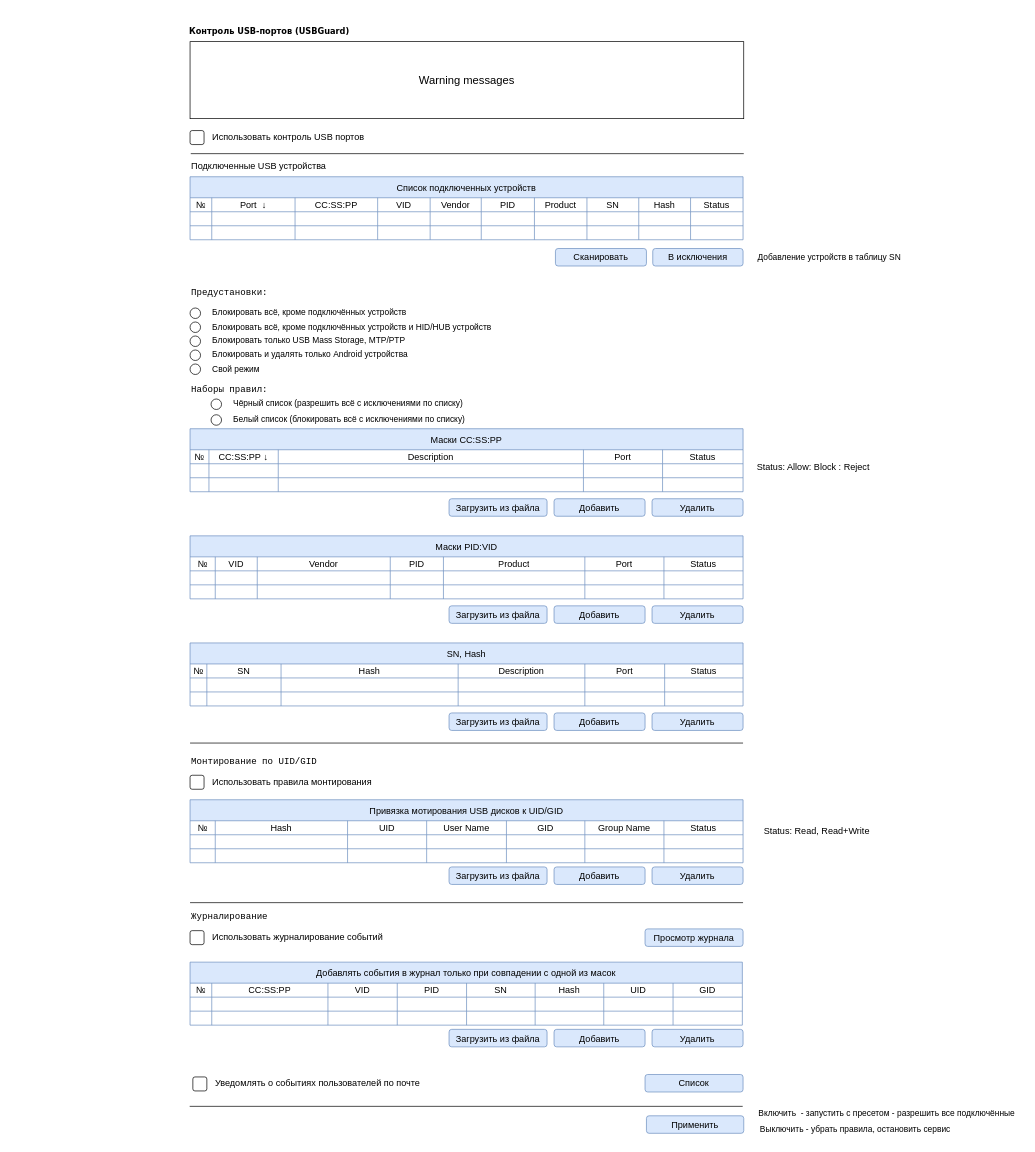
3036662/alterator-usbmount keeps this draw.io diagram as alterator_ui/UI.drawio. Above is the earlier version. Source tidied: cells renumbered, new cells numbered last; positions are measured from the earlier drawing's top-left corner, leaving out a move shared by most shapes. Both pictures are drawn from the tidied source at 70%, with x=0, y=0 at pixel (188, 12).
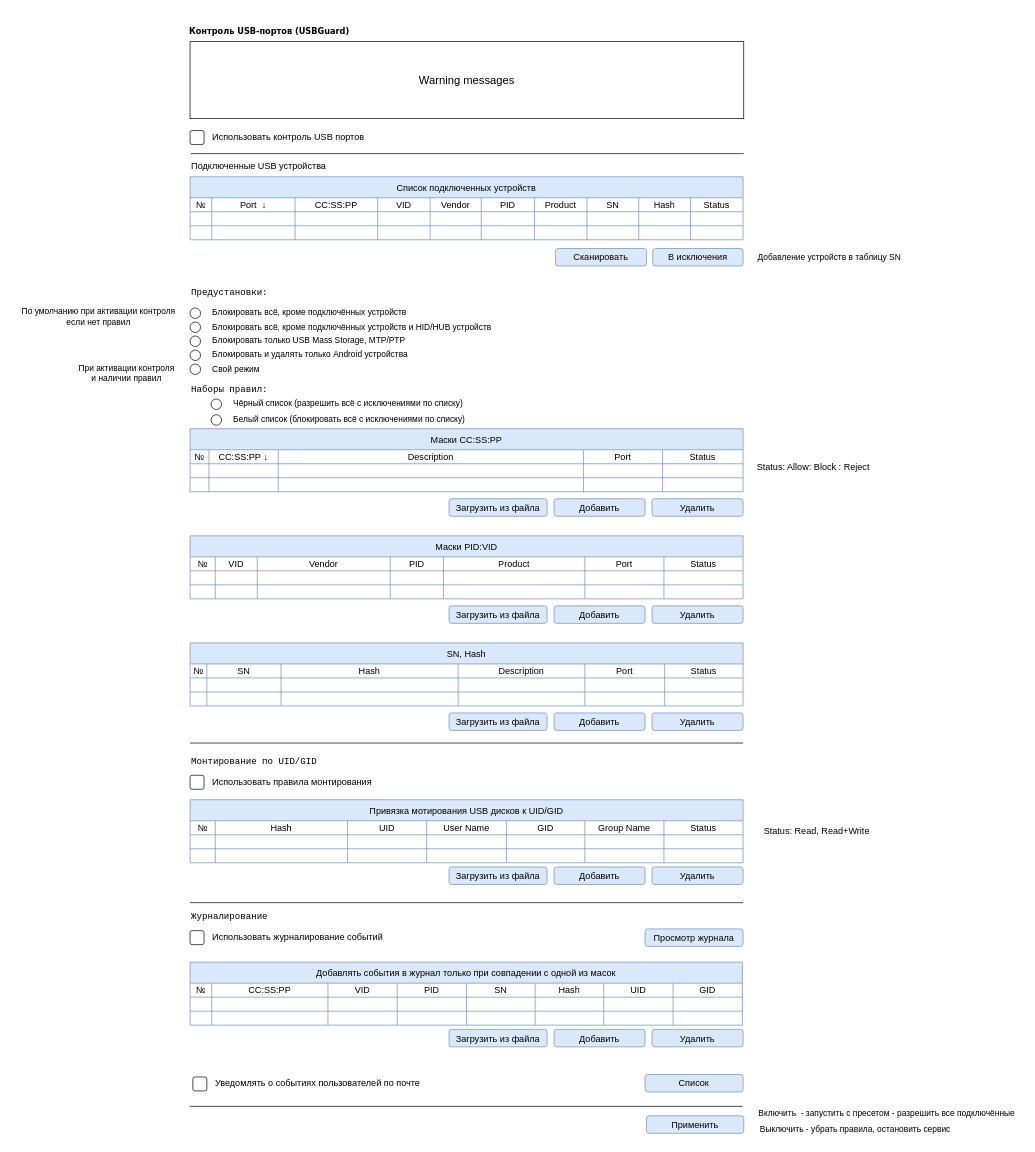
After the change.

Diff of the diagram source:
```diff
@@
+    <mxCell id="221" value="По умолчанию при активации контроля&lt;br&gt;если нет правил" style="text;html=1;align=center;verticalAlign=middle;strokeColor=none;fillColor=none;" parent="1" vertex="1">
+      <mxGeometry x="-251" y="414" width="246" height="41" as="geometry" />
+    </mxCell>
+    <mxCell id="222" value="При активации контроля&lt;br&gt;и наличии правил" style="text;html=1;align=center;verticalAlign=middle;strokeColor=none;fillColor=none;" parent="1" vertex="1">
+      <mxGeometry x="-168" y="495" width="160" height="41" as="geometry" />
+    </mxCell>
```
